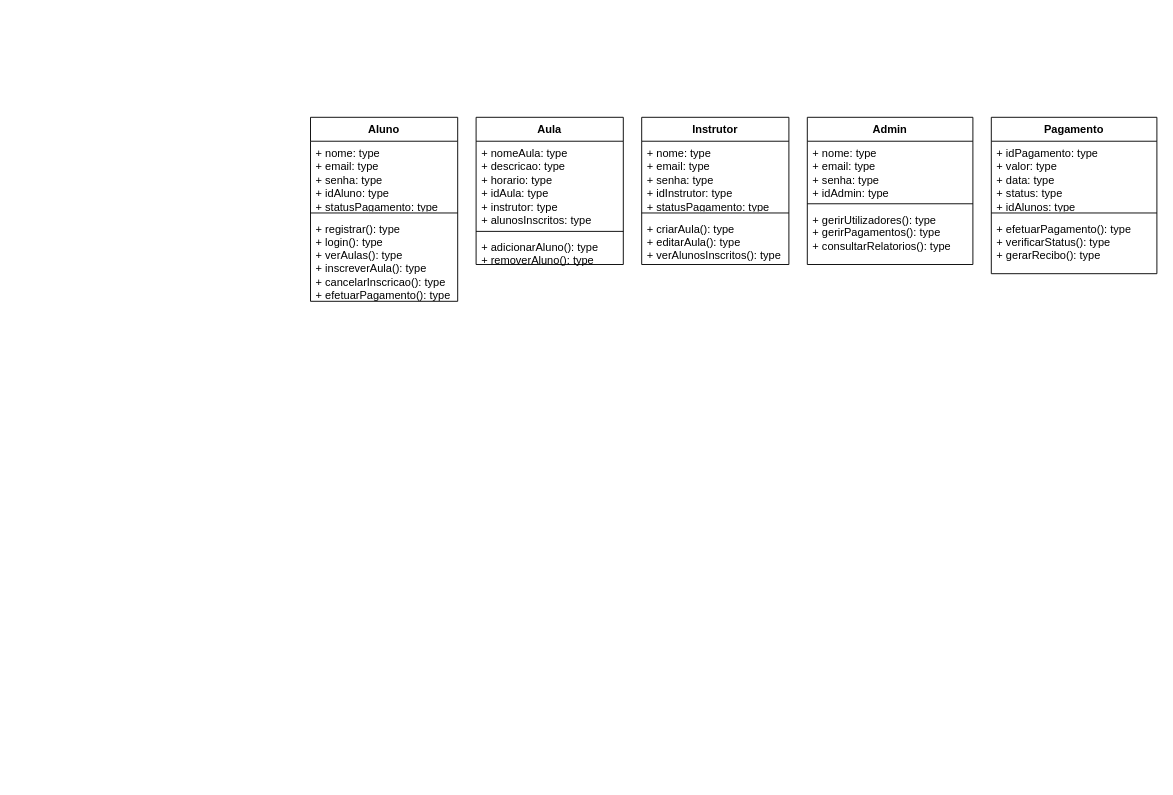
Before: page "Classes" (3 of 4) of Diagramas UML.drawio in Esmael285/TecWeb26, a draw.io diagram. Source tidied: cells renumbered, new cells numbered last; positions are measured from the earlier drawing's top-left corner, leaving out a move shared by most shapes. Both pictures are drawn from the tidied source at 92%, with x=0, y=0 at pixel (310, 117).
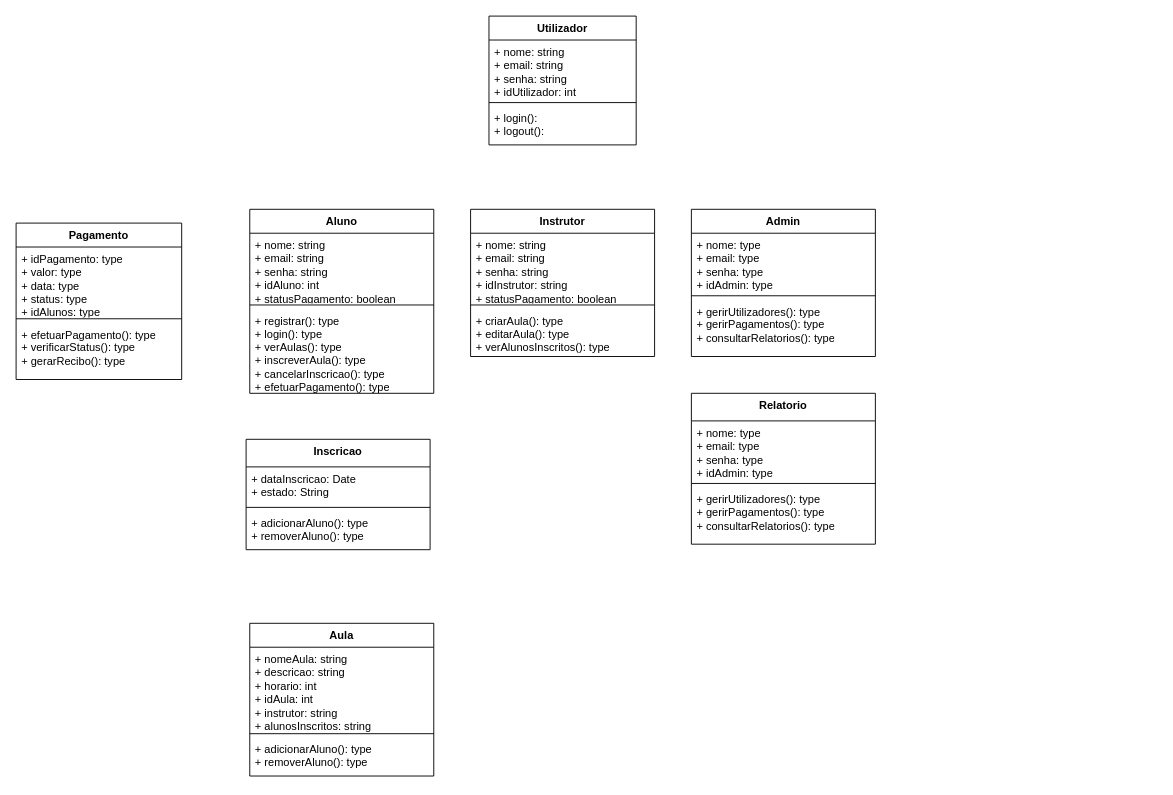
The same page after the edit.

Diff of the diagram source:
```diff
@@
     <mxCell id="2" value="Aluno" style="swimlane;fontStyle=1;align=center;verticalAlign=top;horizontal=1;startSize=26;whiteSpace=wrap;html=1;" parent="1" vertex="1">
-      <mxGeometry width="160" height="200" as="geometry" />
+      <mxGeometry x="-66" y="100" width="200" height="200" as="geometry" />
     </mxCell>
-    <mxCell id="3" value="+ nome: type&lt;div&gt;+ email: type&lt;br&gt;&lt;/div&gt;&lt;div&gt;+ senha: type&lt;div&gt;+ idAluno: type&lt;br&gt;&lt;/div&gt;&lt;/div&gt;&lt;div&gt;+ statusPagamento: type&lt;/div&gt;" style="text;strokeColor=none;fillColor=none;align=left;verticalAlign=top;spacingLeft=4;spacingRight=4;overflow=hidden;whiteSpace=wrap;html=1;" parent="2" vertex="1">
-      <mxGeometry y="26" width="160" height="74" as="geometry" />
+    <mxCell id="3" value="+ nome: string&lt;div&gt;+ email: string&lt;br&gt;&lt;/div&gt;&lt;div&gt;+ senha: string&lt;div&gt;+ idAluno: int&lt;br&gt;&lt;/div&gt;&lt;/div&gt;&lt;div&gt;+ statusPagamento: boolean&lt;/div&gt;" style="text;strokeColor=none;fillColor=none;align=left;verticalAlign=top;spacingLeft=4;spacingRight=4;overflow=hidden;whiteSpace=wrap;html=1;" parent="2" vertex="1">
+      <mxGeometry y="26" width="200" height="74" as="geometry" />
     </mxCell>
     <mxCell id="4" style="line;strokeWidth=1;fillColor=none;align=left;verticalAlign=middle;spacingTop=-1;spacingLeft=3;spacingRight=3;labelPosition=right;strokeColor=inherit;" parent="2" vertex="1">
-      <mxGeometry y="100" width="160" height="8" as="geometry" />
+      <mxGeometry y="100" width="200" height="8" as="geometry" />
     </mxCell>
     <mxCell id="5" value="+ registrar(): type&lt;div&gt;+ login(): type&lt;br&gt;&lt;/div&gt;&lt;div&gt;+ verAulas(): type&lt;br&gt;&lt;/div&gt;&lt;div&gt;+ inscreverAula(): type&lt;br&gt;&lt;/div&gt;&lt;div&gt;+ cancelarInscricao(): type&lt;br&gt;&lt;/div&gt;&lt;div&gt;+ efetuarPagamento(): type&lt;br&gt;&lt;/div&gt;" style="text;strokeColor=none;fillColor=none;align=left;verticalAlign=top;spacingLeft=4;spacingRight=4;overflow=hidden;whiteSpace=wrap;html=1;" parent="2" vertex="1">
-      <mxGeometry y="108" width="160" height="92" as="geometry" />
+      <mxGeometry y="108" width="200" height="92" as="geometry" />
     </mxCell>
     <mxCell id="6" value="Aula" style="swimlane;fontStyle=1;align=center;verticalAlign=top;horizontal=1;startSize=26;whiteSpace=wrap;html=1;" parent="1" vertex="1">
-      <mxGeometry x="180" width="160" height="160" as="geometry" />
+      <mxGeometry x="-66" y="550" width="200" height="166" as="geometry" />
     </mxCell>
-    <mxCell id="7" value="+ nomeAula: type&lt;div&gt;+ descricao: type&lt;br&gt;&lt;/div&gt;&lt;div&gt;+ horario: type&lt;div&gt;+ idAula: type&lt;br&gt;&lt;/div&gt;&lt;/div&gt;&lt;div&gt;+ instrutor: type&lt;/div&gt;&lt;div&gt;&lt;div&gt;+ alunosInscritos: type&lt;/div&gt;&lt;/div&gt;" style="text;strokeColor=none;fillColor=none;align=left;verticalAlign=top;spacingLeft=4;spacingRight=4;overflow=hidden;whiteSpace=wrap;html=1;" parent="6" vertex="1">
-      <mxGeometry y="26" width="160" height="94" as="geometry" />
+    <mxCell id="7" value="+ nomeAula: string&lt;div&gt;+ descricao: string&lt;br&gt;&lt;/div&gt;&lt;div&gt;+ horario: int&lt;div&gt;+ idAula: int&lt;br&gt;&lt;/div&gt;&lt;/div&gt;&lt;div&gt;+ instrutor: string&lt;/div&gt;&lt;div&gt;&lt;div&gt;+ alunosInscritos: string&lt;/div&gt;&lt;/div&gt;" style="text;strokeColor=none;fillColor=none;align=left;verticalAlign=top;spacingLeft=4;spacingRight=4;overflow=hidden;whiteSpace=wrap;html=1;" parent="6" vertex="1">
+      <mxGeometry y="26" width="200" height="90" as="geometry" />
     </mxCell>
     <mxCell id="8" style="line;strokeWidth=1;fillColor=none;align=left;verticalAlign=middle;spacingTop=-1;spacingLeft=3;spacingRight=3;labelPosition=right;strokeColor=inherit;" parent="6" vertex="1">
-      <mxGeometry y="120" width="160" height="8" as="geometry" />
+      <mxGeometry y="116" width="200" height="8" as="geometry" />
     </mxCell>
     <mxCell id="9" value="+ adicionarAluno(): type&lt;div&gt;+ removerAluno(): type&lt;br&gt;&lt;/div&gt;" style="text;strokeColor=none;fillColor=none;align=left;verticalAlign=top;spacingLeft=4;spacingRight=4;overflow=hidden;whiteSpace=wrap;html=1;" parent="6" vertex="1">
-      <mxGeometry y="128" width="160" height="32" as="geometry" />
+      <mxGeometry y="124" width="200" height="42" as="geometry" />
     </mxCell>
     <mxCell id="10" value="Instrutor" style="swimlane;fontStyle=1;align=center;verticalAlign=top;horizontal=1;startSize=26;whiteSpace=wrap;html=1;" parent="1" vertex="1">
-      <mxGeometry x="360" width="160" height="160" as="geometry" />
+      <mxGeometry x="174" y="100" width="200" height="160" as="geometry" />
     </mxCell>
-    <mxCell id="11" value="+ nome: type&lt;div&gt;+ email: type&lt;br&gt;&lt;/div&gt;&lt;div&gt;+ senha: type&lt;div&gt;+ idInstrutor: type&lt;br&gt;&lt;/div&gt;&lt;/div&gt;&lt;div&gt;+ statusPagamento: type&lt;/div&gt;" style="text;strokeColor=none;fillColor=none;align=left;verticalAlign=top;spacingLeft=4;spacingRight=4;overflow=hidden;whiteSpace=wrap;html=1;" parent="10" vertex="1">
-      <mxGeometry y="26" width="160" height="74" as="geometry" />
+    <mxCell id="11" value="+ nome: string&lt;div&gt;+ email: string&lt;br&gt;&lt;/div&gt;&lt;div&gt;+ senha: string&lt;div&gt;+ idInstrutor: string&lt;br&gt;&lt;/div&gt;&lt;/div&gt;&lt;div&gt;+ statusPagamento: boolean&lt;/div&gt;" style="text;strokeColor=none;fillColor=none;align=left;verticalAlign=top;spacingLeft=4;spacingRight=4;overflow=hidden;whiteSpace=wrap;html=1;" parent="10" vertex="1">
+      <mxGeometry y="26" width="200" height="74" as="geometry" />
     </mxCell>
     <mxCell id="12" style="line;strokeWidth=1;fillColor=none;align=left;verticalAlign=middle;spacingTop=-1;spacingLeft=3;spacingRight=3;labelPosition=right;strokeColor=inherit;" parent="10" vertex="1">
-      <mxGeometry y="100" width="160" height="8" as="geometry" />
+      <mxGeometry y="100" width="200" height="8" as="geometry" />
     </mxCell>
     <mxCell id="13" value="+ criarAula(): type&lt;br&gt;&lt;div&gt;+ editarAula(): type&lt;br&gt;&lt;/div&gt;&lt;div&gt;+ verAlunosInscritos(): type&lt;br&gt;&lt;/div&gt;" style="text;strokeColor=none;fillColor=none;align=left;verticalAlign=top;spacingLeft=4;spacingRight=4;overflow=hidden;whiteSpace=wrap;html=1;" parent="10" vertex="1">
-      <mxGeometry y="108" width="160" height="52" as="geometry" />
+      <mxGeometry y="108" width="200" height="52" as="geometry" />
     </mxCell>
     <mxCell id="14" value="Admin" style="swimlane;fontStyle=1;align=center;verticalAlign=top;horizontal=1;startSize=26;whiteSpace=wrap;html=1;" parent="1" vertex="1">
-      <mxGeometry x="540" width="180" height="160" as="geometry" />
+      <mxGeometry x="414" y="100" width="200" height="160" as="geometry" />
     </mxCell>
     <mxCell id="15" value="+ nome: type&lt;div&gt;+ email: type&lt;br&gt;&lt;/div&gt;&lt;div&gt;+ senha: type&lt;div&gt;+ idAdmin: type&lt;/div&gt;&lt;/div&gt;" style="text;strokeColor=none;fillColor=none;align=left;verticalAlign=top;spacingLeft=4;spacingRight=4;overflow=hidden;whiteSpace=wrap;html=1;" parent="14" vertex="1">
-      <mxGeometry y="26" width="180" height="64" as="geometry" />
+      <mxGeometry y="26" width="200" height="64" as="geometry" />
     </mxCell>
     <mxCell id="16" style="line;strokeWidth=1;fillColor=none;align=left;verticalAlign=middle;spacingTop=-1;spacingLeft=3;spacingRight=3;labelPosition=right;strokeColor=inherit;" parent="14" vertex="1">
-      <mxGeometry y="90" width="180" height="8" as="geometry" />
+      <mxGeometry y="90" width="200" height="8" as="geometry" />
     </mxCell>
     <mxCell id="17" value="+ gerirUtilizadores(): type&lt;br&gt;&lt;div&gt;+ gerirPagamentos(): type&lt;br&gt;&lt;/div&gt;&lt;div&gt;+ consultarRelatorios(): type&lt;br&gt;&lt;/div&gt;" style="text;strokeColor=none;fillColor=none;align=left;verticalAlign=top;spacingLeft=4;spacingRight=4;overflow=hidden;whiteSpace=wrap;html=1;" parent="14" vertex="1">
-      <mxGeometry y="98" width="180" height="62" as="geometry" />
+      <mxGeometry y="98" width="200" height="62" as="geometry" />
     </mxCell>
     <mxCell id="18" value="Pagamento" style="swimlane;fontStyle=1;align=center;verticalAlign=top;horizontal=1;startSize=26;whiteSpace=wrap;html=1;" parent="1" vertex="1">
-      <mxGeometry x="740" width="180" height="170" as="geometry" />
+      <mxGeometry x="-320" y="115" width="180" height="170" as="geometry" />
     </mxCell>
@@
+    <mxCell id="22" value="Utilizador" style="swimlane;fontStyle=1;align=center;verticalAlign=top;horizontal=1;startSize=26;whiteSpace=wrap;html=1;" parent="1" vertex="1">
+      <mxGeometry x="194" y="-110" width="160" height="140" as="geometry" />
+    </mxCell>
+    <mxCell id="23" value="+ nome: string&lt;div&gt;+ email: string&lt;br&gt;&lt;/div&gt;&lt;div&gt;+ senha: string&lt;div&gt;+ idUtilizador: int&lt;/div&gt;&lt;/div&gt;" style="text;strokeColor=none;fillColor=none;align=left;verticalAlign=top;spacingLeft=4;spacingRight=4;overflow=hidden;whiteSpace=wrap;html=1;" parent="22" vertex="1">
+      <mxGeometry y="26" width="160" height="64" as="geometry" />
+    </mxCell>
+    <mxCell id="24" style="line;strokeWidth=1;fillColor=none;align=left;verticalAlign=middle;spacingTop=-1;spacingLeft=3;spacingRight=3;labelPosition=right;strokeColor=inherit;" parent="22" vertex="1">
+      <mxGeometry y="90" width="160" height="8" as="geometry" />
+    </mxCell>
+    <mxCell id="25" value="+ login():&lt;br&gt;&lt;div&gt;+ logout():&lt;/div&gt;" style="text;strokeColor=none;fillColor=none;align=left;verticalAlign=top;spacingLeft=4;spacingRight=4;overflow=hidden;whiteSpace=wrap;html=1;" parent="22" vertex="1">
+      <mxGeometry y="98" width="160" height="42" as="geometry" />
+    </mxCell>
+    <mxCell id="26" value="Inscricao" style="swimlane;fontStyle=1;align=center;verticalAlign=top;horizontal=1;startSize=30;whiteSpace=wrap;html=1;" parent="1" vertex="1">
+      <mxGeometry x="-70" y="350" width="200" height="120" as="geometry" />
+    </mxCell>
+    <mxCell id="27" value="+ dataInscricao: Date&lt;div&gt;+ estado: String&lt;/div&gt;" style="text;strokeColor=none;fillColor=none;align=left;verticalAlign=top;spacingLeft=4;spacingRight=4;overflow=hidden;whiteSpace=wrap;html=1;" parent="26" vertex="1">
+      <mxGeometry y="30" width="200" height="40" as="geometry" />
+    </mxCell>
+    <mxCell id="28" style="line;strokeWidth=1;fillColor=none;align=left;verticalAlign=middle;spacingTop=-1;spacingLeft=3;spacingRight=3;labelPosition=right;strokeColor=inherit;" parent="26" vertex="1">
+      <mxGeometry y="70" width="200" height="8" as="geometry" />
+    </mxCell>
+    <mxCell id="29" value="+ adicionarAluno(): type&lt;div&gt;+ removerAluno(): type&lt;br&gt;&lt;/div&gt;" style="text;strokeColor=none;fillColor=none;align=left;verticalAlign=top;spacingLeft=4;spacingRight=4;overflow=hidden;whiteSpace=wrap;html=1;" parent="26" vertex="1">
+      <mxGeometry y="78" width="200" height="42" as="geometry" />
+    </mxCell>
+    <mxCell id="30" value="Relatorio" style="swimlane;fontStyle=1;align=center;verticalAlign=top;horizontal=1;startSize=30;whiteSpace=wrap;html=1;" parent="1" vertex="1">
+      <mxGeometry x="414" y="300" width="200" height="164" as="geometry" />
+    </mxCell>
+    <mxCell id="31" value="+ nome: type&lt;div&gt;+ email: type&lt;br&gt;&lt;/div&gt;&lt;div&gt;+ senha: type&lt;div&gt;+ idAdmin: type&lt;/div&gt;&lt;/div&gt;" style="text;strokeColor=none;fillColor=none;align=left;verticalAlign=top;spacingLeft=4;spacingRight=4;overflow=hidden;whiteSpace=wrap;html=1;" parent="30" vertex="1">
+      <mxGeometry y="30" width="200" height="64" as="geometry" />
+    </mxCell>
+    <mxCell id="32" style="line;strokeWidth=1;fillColor=none;align=left;verticalAlign=middle;spacingTop=-1;spacingLeft=3;spacingRight=3;labelPosition=right;strokeColor=inherit;" parent="30" vertex="1">
+      <mxGeometry y="94" width="200" height="8" as="geometry" />
+    </mxCell>
+    <mxCell id="33" value="+ gerirUtilizadores(): type&lt;br&gt;&lt;div&gt;+ gerirPagamentos(): type&lt;br&gt;&lt;/div&gt;&lt;div&gt;+ consultarRelatorios(): type&lt;br&gt;&lt;/div&gt;" style="text;strokeColor=none;fillColor=none;align=left;verticalAlign=top;spacingLeft=4;spacingRight=4;overflow=hidden;whiteSpace=wrap;html=1;" parent="30" vertex="1">
+      <mxGeometry y="102" width="200" height="62" as="geometry" />
+    </mxCell>
```
